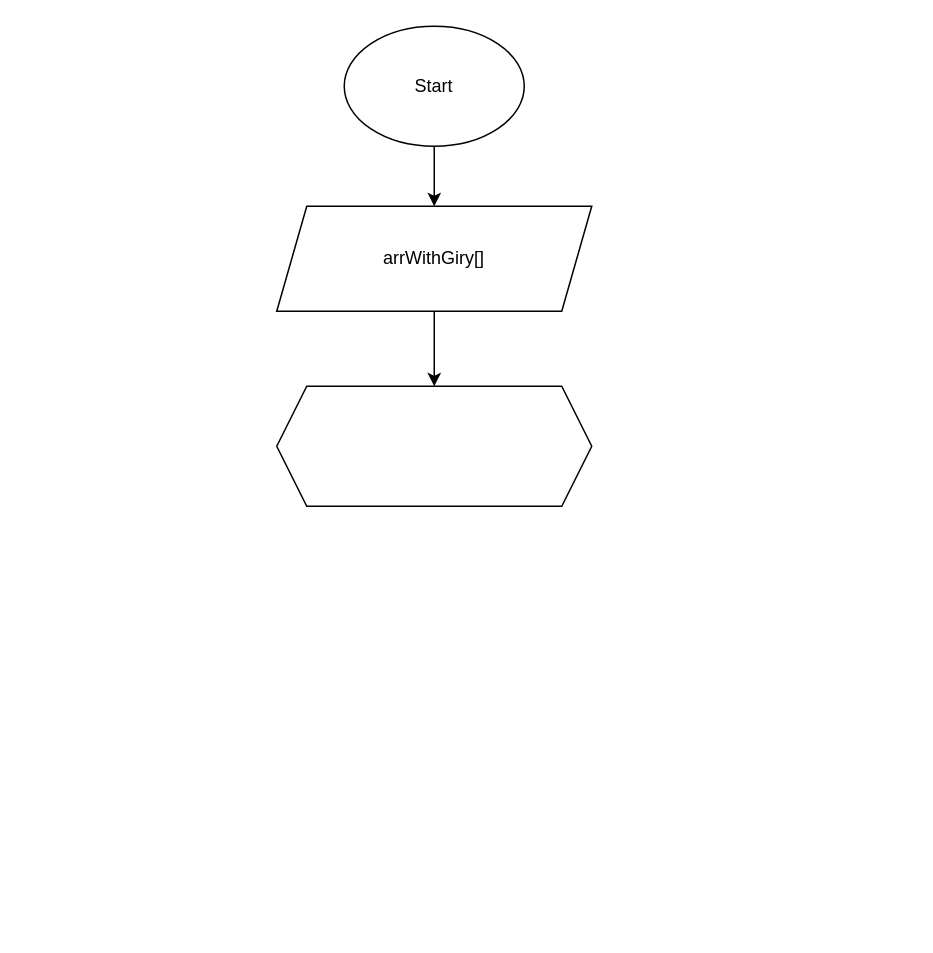
This is Задачка_с_гирями.drawio from pluzonetwo/diagrams, a draw.io file, before an edit. Source tidied: cells renumbered, new cells numbered last; positions are measured from the earlier drawing's top-left corner, leaving out a move shared by most shapes. Both pictures are drawn from the tidied source at 150%, with x=0, y=0 at pixel (276, 26).
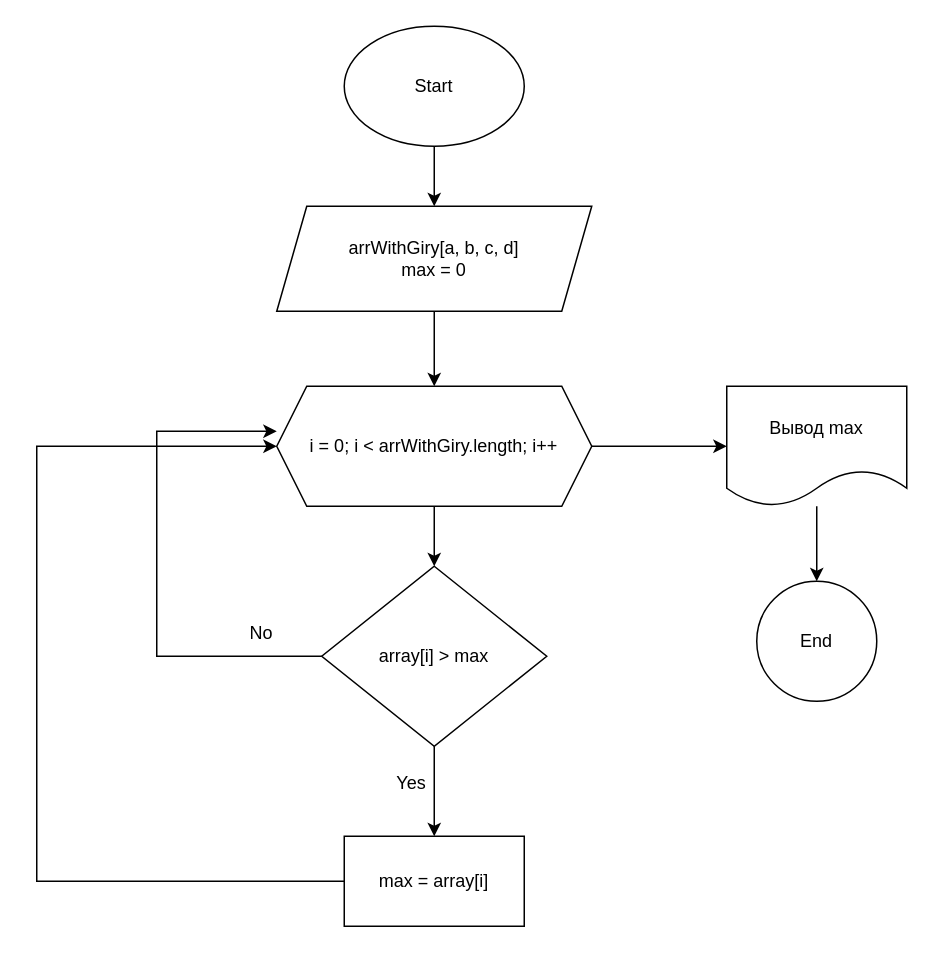
Above is the later version.

Change to the diagram source:
```diff
@@
-    <mxCell id="5" value="arrWithGiry[]" style="shape=parallelogram;perimeter=parallelogramPerimeter;whiteSpace=wrap;html=1;fixedSize=1;" parent="1" vertex="1">
+    <mxCell id="5" value="arrWithGiry[a, b, c, d]&lt;br&gt;max = 0" style="shape=parallelogram;perimeter=parallelogramPerimeter;whiteSpace=wrap;html=1;fixedSize=1;" parent="1" vertex="1">
       <mxGeometry y="120" width="210" height="70" as="geometry" />
     </mxCell>
+    <mxCell id="7" style="edgeStyle=orthogonalEdgeStyle;rounded=0;jettySize=auto;html=1;" parent="1" edge="1" source="6" target="11">
+      <mxGeometry relative="1" as="geometry" />
+    </mxCell>
+    <mxCell id="8" style="edgeStyle=orthogonalEdgeStyle;rounded=0;jettySize=auto;html=1;" parent="1" edge="1" source="6" target="17">
+      <mxGeometry relative="1" as="geometry" />
+    </mxCell>
-    <mxCell id="6" style="shape=hexagon;perimeter=hexagonPerimeter2;whiteSpace=wrap;html=1;fixedSize=1;" parent="1" vertex="1">
+    <mxCell id="6" value="i = 0; i &amp;lt; arrWithGiry.length; i++" style="shape=hexagon;perimeter=hexagonPerimeter2;whiteSpace=wrap;html=1;fixedSize=1;" parent="1" vertex="1">
       <mxGeometry y="240" width="210" height="80" as="geometry" />
     </mxCell>
+    <mxCell id="9" style="edgeStyle=orthogonalEdgeStyle;rounded=0;jettySize=auto;html=1;" parent="1" edge="1" source="11" target="13">
+      <mxGeometry relative="1" as="geometry" />
+    </mxCell>
+    <mxCell id="10" style="edgeStyle=orthogonalEdgeStyle;rounded=0;jettySize=auto;html=1;entryX=0;entryY=0.375;entryDx=0;entryDy=0;entryPerimeter=0;" parent="1" edge="1" source="11" target="6">
+      <mxGeometry relative="1" as="geometry">
+        <Array as="points">
+          <mxPoint x="-80" y="420" />
+          <mxPoint x="-80" y="270" />
+        </Array>
+      </mxGeometry>
+    </mxCell>
+    <mxCell id="11" value="array[i] &amp;gt; max" style="rhombus;whiteSpace=wrap;html=1;" parent="1" vertex="1">
+      <mxGeometry x="30" y="360" width="150" height="120" as="geometry" />
+    </mxCell>
+    <mxCell id="12" style="edgeStyle=orthogonalEdgeStyle;rounded=0;jettySize=auto;html=1;entryX=0;entryY=0.5;entryDx=0;entryDy=0;" parent="1" edge="1" source="13" target="6">
+      <mxGeometry relative="1" as="geometry">
+        <Array as="points">
+          <mxPoint x="-160" y="570" />
+          <mxPoint x="-160" y="280" />
+        </Array>
+      </mxGeometry>
+    </mxCell>
+    <mxCell id="13" value="max = array[i]" style="whiteSpace=wrap;html=1;" parent="1" vertex="1">
+      <mxGeometry x="45" y="540" width="120" height="60" as="geometry" />
+    </mxCell>
+    <mxCell id="14" value="Yes" style="text;html=1;strokeColor=none;fillColor=none;align=center;verticalAlign=middle;whiteSpace=wrap;rounded=0;" parent="1" vertex="1">
+      <mxGeometry x="60" y="490" width="60" height="30" as="geometry" />
+    </mxCell>
+    <mxCell id="15" value="No" style="text;html=1;strokeColor=none;fillColor=none;align=center;verticalAlign=middle;whiteSpace=wrap;rounded=0;" parent="1" vertex="1">
+      <mxGeometry x="-40" y="390" width="60" height="30" as="geometry" />
+    </mxCell>
+    <mxCell id="16" style="edgeStyle=orthogonalEdgeStyle;rounded=0;jettySize=auto;html=1;" parent="1" edge="1" source="17" target="18">
+      <mxGeometry relative="1" as="geometry" />
+    </mxCell>
+    <mxCell id="17" value="Вывод max" style="shape=document;whiteSpace=wrap;html=1;boundedLbl=1;" parent="1" vertex="1">
+      <mxGeometry x="300" y="240" width="120" height="80" as="geometry" />
+    </mxCell>
+    <mxCell id="18" value="End" style="ellipse;whiteSpace=wrap;html=1;" parent="1" vertex="1">
+      <mxGeometry x="320" y="370" width="80" height="80" as="geometry" />
+    </mxCell>
```
